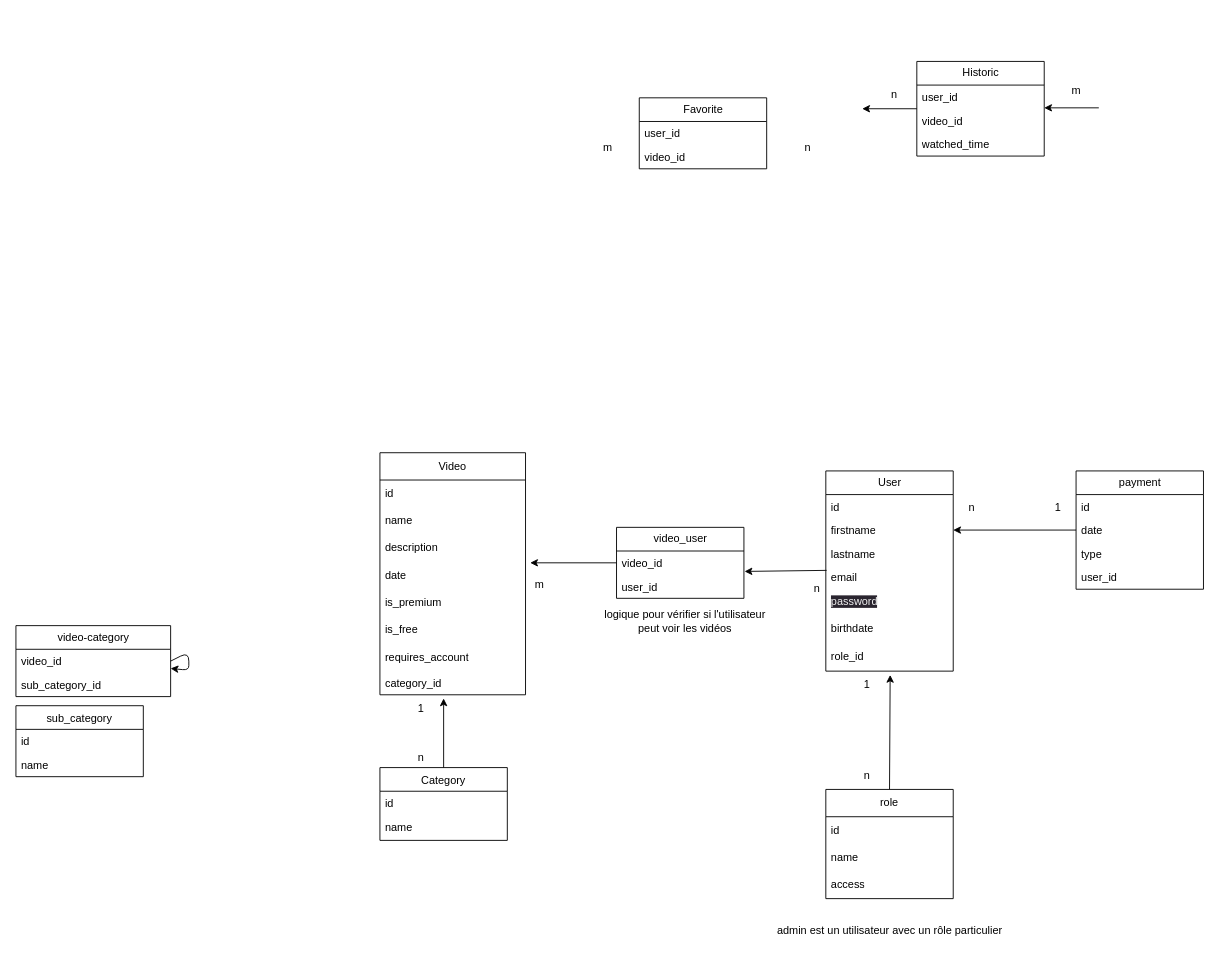
Before: page "MLD" (2 of 3) of server/modélisation-BDD.dio in WildCodeSchool-2024-02/WildCodeSchool-2024-02-JS-Remote-JavaScrypte-P3-DigiCode, a draw.io diagram. Source tidied: cells renumbered, new cells numbered last; positions are measured from the earlier drawing's top-left corner, leaving out a move shared by most shapes. Both pictures are drawn from the tidied source at 91%, with x=0, y=0 at pixel (15, 61).
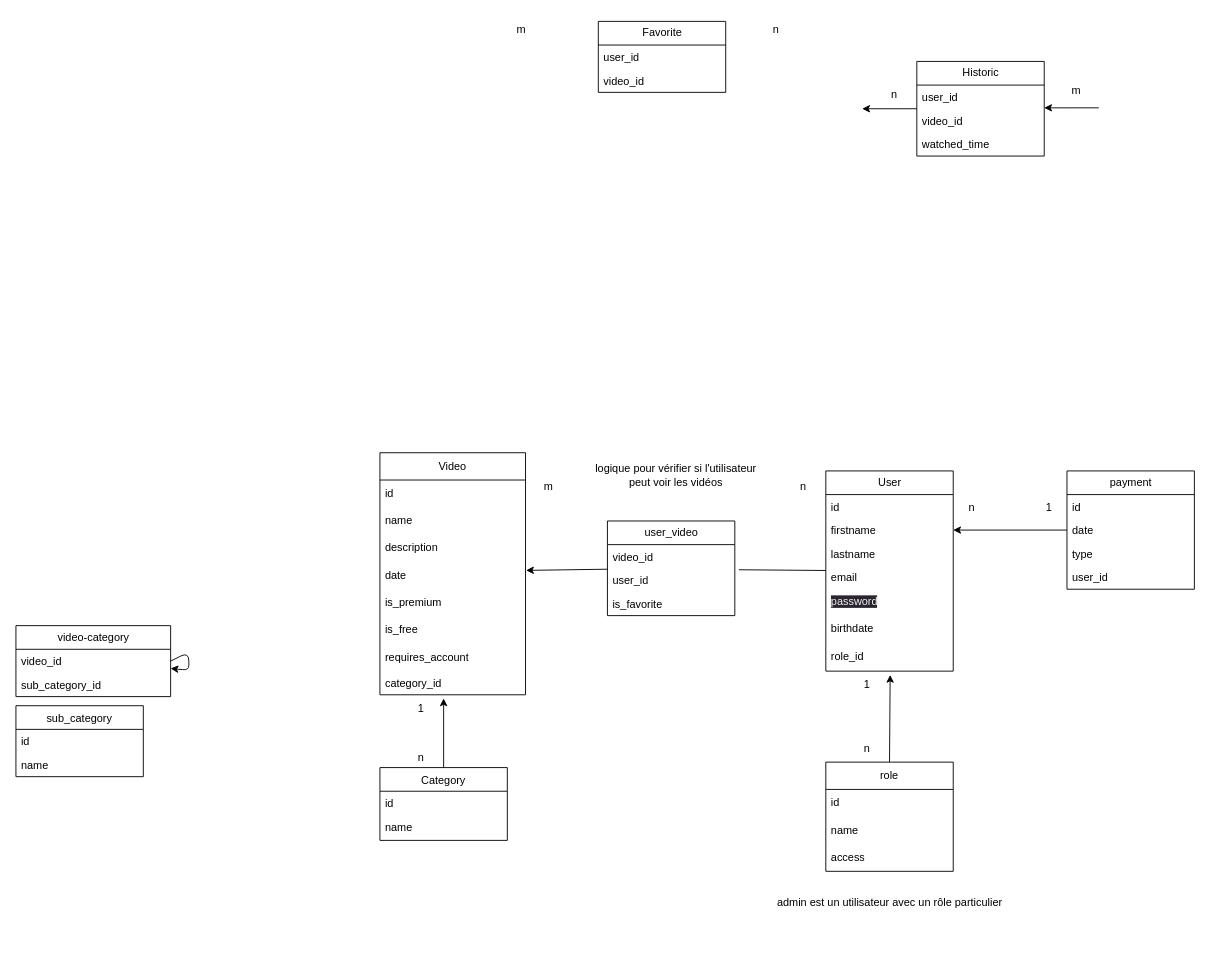
The same diagram, later.

Commit message (it also covers changes not shown here):
fix(schema.sql): added is_favorite to 'user_video'

The change refers to these unchanged cells:
```xml
<mxCell id="5" value="description" style="text;strokeColor=none;fillColor=none;align=left;verticalAlign=middle;spacingLeft=4;spacingRight=4;overflow=hidden;points=[[0,0.5],[1,0.5]];portConstraint=eastwest;whiteSpace=wrap;html=1;" parent="2" vertex="1">
  <mxGeometry y="90" width="160" height="30" as="geometry" />
</mxCell>
<mxCell id="6" value="date" style="text;strokeColor=none;fillColor=none;align=left;verticalAlign=middle;spacingLeft=4;spacingRight=4;overflow=hidden;points=[[0,0.5],[1,0.5]];portConstraint=eastwest;whiteSpace=wrap;html=1;" parent="2" vertex="1">
  <mxGeometry y="120" width="160" height="30" as="geometry" />
</mxCell>
<mxCell id="12" value="User" style="swimlane;fontStyle=0;horizontal=1;startSize=26;fillColor=none;html=1;" parent="1" vertex="1">
  <mxGeometry x="890" y="450" width="140" height="220" as="geometry" />
</mxCell>
<mxCell id="16" value="email&lt;br&gt;" style="text;strokeColor=none;fillColor=none;align=left;verticalAlign=top;spacingLeft=4;spacingRight=4;overflow=hidden;points=[[0,0.5],[1,0.5]];portConstraint=eastwest;whiteSpace=wrap;html=1;" parent="12" vertex="1">
  <mxGeometry y="104" width="140" height="26" as="geometry" />
</mxCell>
```

Diff of the diagram source:
```diff
@@
-    <mxCell id="11" style="edgeStyle=none;html=1;entryX=1.005;entryY=0.863;entryDx=0;entryDy=0;entryPerimeter=0;exitX=0.006;exitY=0.203;exitDx=0;exitDy=0;exitPerimeter=0;" parent="1" edge="1" source="16" target="53">
-      <mxGeometry relative="1" as="geometry" />
-    </mxCell>
+    <mxCell id="69" style="edgeStyle=none;html=1;entryX=1.004;entryY=0.31;entryDx=0;entryDy=0;entryPerimeter=0;startArrow=none;" parent="1" edge="1" source="52" target="6">
+      <mxGeometry relative="1" as="geometry" />
+    </mxCell>
@@
     <mxCell id="26" value="n" style="text;html=1;align=center;verticalAlign=middle;strokeColor=none;fillColor=none;" parent="1" vertex="1">
-      <mxGeometry x="855" y="80" width="30" height="30" as="geometry" />
+      <mxGeometry x="820" y="-50" width="30" height="30" as="geometry" />
     </mxCell>
     <mxCell id="27" value="m" style="text;html=1;align=center;verticalAlign=middle;strokeColor=none;fillColor=none;" parent="1" vertex="1">
-      <mxGeometry x="635" y="80" width="30" height="30" as="geometry" />
+      <mxGeometry x="540" y="-50" width="30" height="30" as="geometry" />
     </mxCell>
@@
-    <mxCell id="29" value="Favorite" style="swimlane;fontStyle=0;horizontal=1;startSize=26;fillColor=none;html=1;" parent="1" vertex="1">
-      <mxGeometry x="685" y="40" width="140" height="78" as="geometry" />
-    </mxCell>
-    <mxCell id="30" value="user_id" style="text;strokeColor=none;fillColor=none;align=left;verticalAlign=top;spacingLeft=4;spacingRight=4;overflow=hidden;whiteSpace=wrap;html=1;" parent="29" vertex="1">
-      <mxGeometry y="26" width="140" height="26" as="geometry" />
-    </mxCell>
-    <mxCell id="31" value="video_id" style="text;strokeColor=none;fillColor=none;align=left;verticalAlign=top;spacingLeft=4;spacingRight=4;overflow=hidden;whiteSpace=wrap;html=1;" parent="29" vertex="1">
-      <mxGeometry y="52" width="140" height="26" as="geometry" />
-    </mxCell>
@@
     <mxCell id="42" value="admin est un utilisateur avec un rôle particulier" style="text;html=1;align=center;verticalAlign=middle;strokeColor=none;fillColor=none;" parent="1" vertex="1">
-      <mxGeometry x="825" y="940" width="270" height="30" as="geometry" />
+      <mxGeometry x="825" y="910" width="270" height="30" as="geometry" />
     </mxCell>
@@
     <mxCell id="46" value="n" style="text;html=1;align=center;verticalAlign=middle;strokeColor=none;fillColor=none;" parent="1" vertex="1">
-      <mxGeometry x="920" y="770" width="30" height="30" as="geometry" />
+      <mxGeometry x="920" y="740" width="30" height="30" as="geometry" />
     </mxCell>
     <mxCell id="47" value="role" style="swimlane;fontStyle=0;horizontal=1;startSize=30;whiteSpace=wrap;html=1;" parent="1" vertex="1">
-      <mxGeometry x="890" y="800" width="140" height="120" as="geometry" />
+      <mxGeometry x="890" y="770" width="140" height="120" as="geometry" />
     </mxCell>
@@
-    <mxCell id="51" style="edgeStyle=none;html=1;entryX=1.032;entryY=1.033;entryDx=0;entryDy=0;entryPerimeter=0;" parent="1" edge="1" source="52" target="5">
-      <mxGeometry relative="1" as="geometry" />
-    </mxCell>
-    <mxCell id="52" value="video_user" style="swimlane;fontStyle=0;horizontal=1;startSize=26;fillColor=none;html=1;" parent="1" vertex="1">
-      <mxGeometry x="660" y="512" width="140" height="78" as="geometry" />
-    </mxCell>
-    <mxCell id="53" value="video_id" style="text;strokeColor=none;fillColor=none;align=left;verticalAlign=top;spacingLeft=4;spacingRight=4;overflow=hidden;points=[[0,0.5],[1,0.5]];portConstraint=eastwest;whiteSpace=wrap;html=1;" parent="52" vertex="1">
-      <mxGeometry y="26" width="140" height="26" as="geometry" />
-    </mxCell>
-    <mxCell id="54" value="user_id" style="text;strokeColor=none;fillColor=none;align=left;verticalAlign=top;spacingLeft=4;spacingRight=4;overflow=hidden;whiteSpace=wrap;html=1;" parent="52" vertex="1">
-      <mxGeometry y="52" width="140" height="26" as="geometry" />
-    </mxCell>
@@
     <mxCell id="56" value="payment" style="swimlane;fontStyle=0;horizontal=1;startSize=26;fillColor=none;html=1;" parent="1" vertex="1">
-      <mxGeometry x="1165" y="450" width="140" height="130" as="geometry" />
+      <mxGeometry x="1155" y="450" width="140" height="130" as="geometry" />
     </mxCell>
@@
     <mxCell id="62" value="1" style="text;html=1;align=center;verticalAlign=middle;strokeColor=none;fillColor=none;" parent="1" vertex="1">
-      <mxGeometry x="1130" y="475" width="30" height="30" as="geometry" />
+      <mxGeometry x="1120" y="475" width="30" height="30" as="geometry" />
     </mxCell>
     <mxCell id="63" value="m" style="text;html=1;align=center;verticalAlign=middle;strokeColor=none;fillColor=none;" parent="1" vertex="1">
-      <mxGeometry x="560" y="560" width="30" height="30" as="geometry" />
+      <mxGeometry x="570" y="452" width="30" height="30" as="geometry" />
     </mxCell>
     <mxCell id="64" value="n" style="text;html=1;align=center;verticalAlign=middle;strokeColor=none;fillColor=none;" parent="1" vertex="1">
-      <mxGeometry x="865" y="565" width="30" height="30" as="geometry" />
+      <mxGeometry x="850" y="452" width="30" height="30" as="geometry" />
     </mxCell>
     <mxCell id="65" value="logique pour vérifier si l'utilisateur&lt;br&gt;peut voir les vidéos" style="text;html=1;align=center;verticalAlign=middle;strokeColor=none;fillColor=none;" parent="1" vertex="1">
-      <mxGeometry x="635" y="595" width="200" height="40" as="geometry" />
+      <mxGeometry x="625" y="435" width="200" height="40" as="geometry" />
     </mxCell>
@@
+    <mxCell id="29" value="Favorite" style="swimlane;fontStyle=0;horizontal=1;startSize=26;fillColor=none;html=1;" parent="1" vertex="1">
+      <mxGeometry x="640" y="-44" width="140" height="78" as="geometry" />
+    </mxCell>
+    <mxCell id="30" value="user_id" style="text;strokeColor=none;fillColor=none;align=left;verticalAlign=top;spacingLeft=4;spacingRight=4;overflow=hidden;whiteSpace=wrap;html=1;" parent="29" vertex="1">
+      <mxGeometry y="26" width="140" height="26" as="geometry" />
+    </mxCell>
+    <mxCell id="31" value="video_id" style="text;strokeColor=none;fillColor=none;align=left;verticalAlign=top;spacingLeft=4;spacingRight=4;overflow=hidden;whiteSpace=wrap;html=1;" parent="29" vertex="1">
+      <mxGeometry y="52" width="140" height="26" as="geometry" />
+    </mxCell>
+    <mxCell id="70" style="edgeStyle=none;html=1;entryX=1.032;entryY=1.062;entryDx=0;entryDy=0;entryPerimeter=0;endArrow=none;" parent="1" edge="1" source="12" target="53">
+      <mxGeometry relative="1" as="geometry" />
+    </mxCell>
+    <mxCell id="52" value="user_video" style="swimlane;fontStyle=0;horizontal=1;startSize=26;fillColor=none;html=1;" parent="1" vertex="1">
+      <mxGeometry x="650" y="505" width="140" height="104" as="geometry" />
+    </mxCell>
+    <mxCell id="53" value="video_id" style="text;strokeColor=none;fillColor=none;align=left;verticalAlign=top;spacingLeft=4;spacingRight=4;overflow=hidden;points=[[0,0.5],[1,0.5]];portConstraint=eastwest;whiteSpace=wrap;html=1;" parent="52" vertex="1">
+      <mxGeometry y="26" width="140" height="26" as="geometry" />
+    </mxCell>
+    <mxCell id="54" value="user_id" style="text;strokeColor=none;fillColor=none;align=left;verticalAlign=top;spacingLeft=4;spacingRight=4;overflow=hidden;whiteSpace=wrap;html=1;" parent="52" vertex="1">
+      <mxGeometry y="52" width="140" height="26" as="geometry" />
+    </mxCell>
+    <mxCell id="71" value="is_favorite" style="text;strokeColor=none;fillColor=none;align=left;verticalAlign=top;spacingLeft=4;spacingRight=4;overflow=hidden;whiteSpace=wrap;html=1;" parent="52" vertex="1">
+      <mxGeometry y="78" width="140" height="26" as="geometry" />
+    </mxCell>
```
